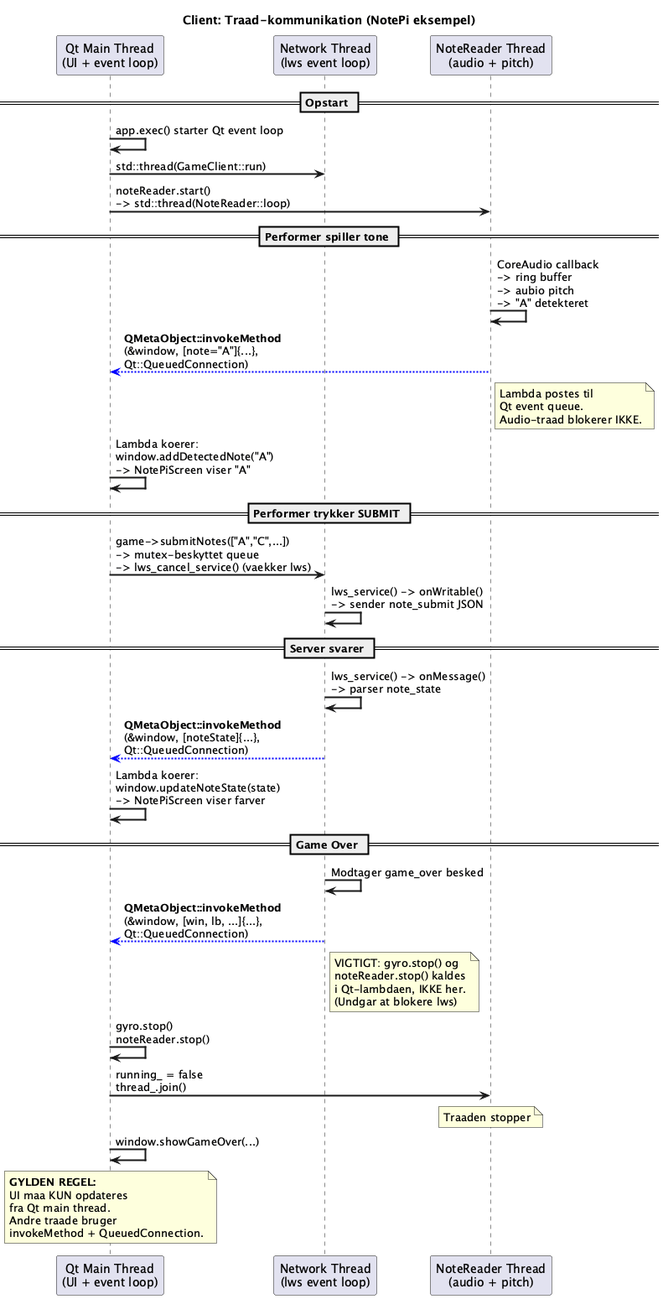
The PlantUML diagram rppi/docs/Client Thread Model.png in MaltheWinther/ClaudeCode, before a commit. Its diagram source:
```plantuml
@startuml Client Thread Model

title Client: Traad-kommunikation (NotePi eksempel)

skinparam sequenceArrowThickness 2
skinparam participantPadding 10

participant "Qt Main Thread\n(UI + event loop)" as QT
participant "Network Thread\n(lws event loop)" as NET
participant "NoteReader Thread\n(audio + pitch)" as AUDIO

== Opstart ==
QT -> QT: app.exec() starter Qt event loop
QT -> NET: std::thread(GameClient::run)
QT -> AUDIO: noteReader.start()\n-> std::thread(NoteReader::loop)

== Performer spiller tone ==
AUDIO -> AUDIO: CoreAudio callback\n-> ring buffer\n-> aubio pitch\n-> "A" detekteret

AUDIO -[#blue]-> QT: **QMetaObject::invokeMethod**\n(&window, [note="A"]{...},\nQt::QueuedConnection)
note right of AUDIO: Lambda postes til\nQt event queue.\nAudio-traad blokerer IKKE.

QT -> QT: Lambda koerer:\nwindow.addDetectedNote("A")\n-> NotePiScreen viser "A"

== Performer trykker SUBMIT ==
QT -> NET: game->submitNotes(["A","C",...])\n-> mutex-beskyttet queue\n-> lws_cancel_service() (vaekker lws)

NET -> NET: lws_service() -> onWritable()\n-> sender note_submit JSON

== Server svarer ==
NET -> NET: lws_service() -> onMessage()\n-> parser note_state

NET -[#blue]-> QT: **QMetaObject::invokeMethod**\n(&window, [noteState]{...},\nQt::QueuedConnection)

QT -> QT: Lambda koerer:\nwindow.updateNoteState(state)\n-> NotePiScreen viser farver

== Game Over ==
NET -> NET: Modtager game_over besked

NET -[#blue]-> QT: **QMetaObject::invokeMethod**\n(&window, [win, lb, ...]{...},\nQt::QueuedConnection)
note right of NET: VIGTIGT: gyro.stop() og\nnoteReader.stop() kaldes\ni Qt-lambdaen, IKKE her.\n(Undgar at blokere lws)

QT -> QT: gyro.stop()\nnoteReader.stop()
QT -> AUDIO: running_ = false\nthread_.join()
note over AUDIO: Traaden stopper

QT -> QT: window.showGameOver(...)

note over QT: **GYLDEN REGEL:**\nUI maa KUN opdateres\nfra Qt main thread.\nAndre traade bruger\ninvokeMethod + QueuedConnection.

@enduml
```
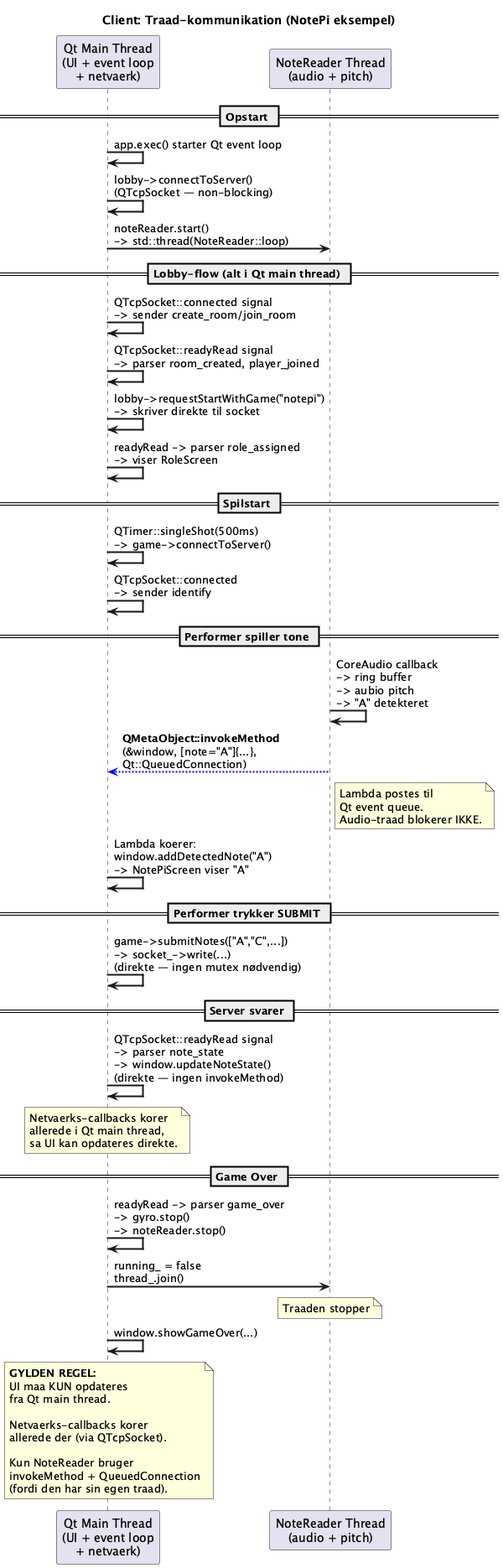
The same file after the commit.

Change to the diagram source:
```diff
@@ -5,14 +5,23 @@
 skinparam sequenceArrowThickness 2
 skinparam participantPadding 10
 
-participant "Qt Main Thread\n(UI + event loop)" as QT
-participant "Network Thread\n(lws event loop)" as NET
+participant "Qt Main Thread\n(UI + event loop\n+ netvaerk)" as QT
 participant "NoteReader Thread\n(audio + pitch)" as AUDIO
 
 == Opstart ==
 QT -> QT: app.exec() starter Qt event loop
-QT -> NET: std::thread(GameClient::run)
+QT -> QT: lobby->connectToServer()\n(QTcpSocket — non-blocking)
 QT -> AUDIO: noteReader.start()\n-> std::thread(NoteReader::loop)
+
+== Lobby-flow (alt i Qt main thread) ==
+QT -> QT: QTcpSocket::connected signal\n-> sender create_room/join_room
+QT -> QT: QTcpSocket::readyRead signal\n-> parser room_created, player_joined
+QT -> QT: lobby->requestStartWithGame("notepi")\n-> skriver direkte til socket
+QT -> QT: readyRead -> parser role_assigned\n-> viser RoleScreen
+
+== Spilstart ==
+QT -> QT: QTimer::singleShot(500ms)\n-> game->connectToServer()
+QT -> QT: QTcpSocket::connected\n-> sender identify
 
 == Performer spiller tone ==
 AUDIO -> AUDIO: CoreAudio callback\n-> ring buffer\n-> aubio pitch\n-> "A" detekteret
@@ -23,29 +32,20 @@
 QT -> QT: Lambda koerer:\nwindow.addDetectedNote("A")\n-> NotePiScreen viser "A"
 
 == Performer trykker SUBMIT ==
-QT -> NET: game->submitNotes(["A","C",...])\n-> mutex-beskyttet queue\n-> lws_cancel_service() (vaekker lws)
-
-NET -> NET: lws_service() -> onWritable()\n-> sender note_submit JSON
+QT -> QT: game->submitNotes(["A","C",...])\n-> socket_->write(...)\n(direkte — ingen mutex nødvendig)
 
 == Server svarer ==
-NET -> NET: lws_service() -> onMessage()\n-> parser note_state
+QT -> QT: QTcpSocket::readyRead signal\n-> parser note_state\n-> window.updateNoteState()\n(direkte — ingen invokeMethod)
 
-NET -[#blue]-> QT: **QMetaObject::invokeMethod**\n(&window, [noteState]{...},\nQt::QueuedConnection)
-
-QT -> QT: Lambda koerer:\nwindow.updateNoteState(state)\n-> NotePiScreen viser farver
+note over QT: Netvaerks-callbacks korer\nallerede i Qt main thread,\nsa UI kan opdateres direkte.
 
 == Game Over ==
-NET -> NET: Modtager game_over besked
-
-NET -[#blue]-> QT: **QMetaObject::invokeMethod**\n(&window, [win, lb, ...]{...},\nQt::QueuedConnection)
-note right of NET: VIGTIGT: gyro.stop() og\nnoteReader.stop() kaldes\ni Qt-lambdaen, IKKE her.\n(Undgar at blokere lws)
-
-QT -> QT: gyro.stop()\nnoteReader.stop()
+QT -> QT: readyRead -> parser game_over\n-> gyro.stop()\n-> noteReader.stop()
 QT -> AUDIO: running_ = false\nthread_.join()
 note over AUDIO: Traaden stopper
 
 QT -> QT: window.showGameOver(...)
 
-note over QT: **GYLDEN REGEL:**\nUI maa KUN opdateres\nfra Qt main thread.\nAndre traade bruger\ninvokeMethod + QueuedConnection.
+note over QT: **GYLDEN REGEL:**\nUI maa KUN opdateres\nfra Qt main thread.\n\nNetvaerks-callbacks korer\nallerede der (via QTcpSocket).\n\nKun NoteReader bruger\ninvokeMethod + QueuedConnection\n(fordi den har sin egen traad).
 
 @enduml
```
